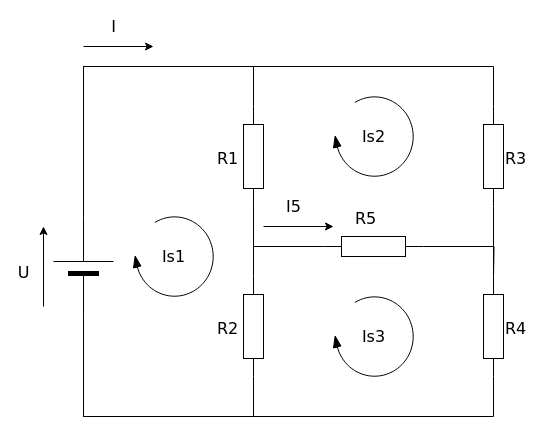
The draw.io diagram 电路图.drawio in i990099/drawio-storage, before the edit. Source tidied: cells renumbered, new cells numbered last; positions are measured from the earlier drawing's top-left corner, leaving out a move shared by most shapes. Both pictures are drawn from the tidied source at 100%, with x=0, y=0 at pixel (33, 46).
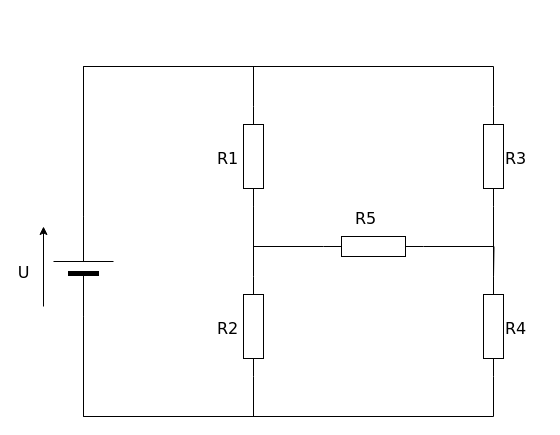
After the change.

What changed in the source:
```diff
@@
+    <mxCell id="27" parent="0" />
@@
-    <mxCell id="21" value="I" style="endArrow=classic;html=1;labelBackgroundColor=none;strokeWidth=1;fontFamily=Verdana;fontSize=16;" parent="1" edge="1">
-      <mxGeometry x="-0.14" y="20" relative="1" as="geometry">
-        <mxPoint x="50" as="sourcePoint" />
-        <mxPoint x="120" as="targetPoint" />
-      </mxGeometry>
-    </mxCell>
@@
-    <mxCell id="23" value="I5" style="endArrow=classic;html=1;labelBackgroundColor=none;strokeWidth=1;fontFamily=Verdana;fontSize=16;" parent="1" edge="1">
-      <mxGeometry x="-0.14" y="20" relative="1" as="geometry">
-        <mxPoint x="230" y="180" as="sourcePoint" />
-        <mxPoint x="300" y="180" as="targetPoint" />
-      </mxGeometry>
-    </mxCell>
-    <mxCell id="24" value="Is1" style="verticalLabelPosition=middle;html=1;verticalAlign=middle;strokeWidth=1;shape=mxgraph.lean_mapping.physical_pull;rounded=1;shadow=0;comic=0;labelBackgroundColor=none;fillColor=#000000;fontFamily=Verdana;fontSize=16;align=center;flipH=1;labelPosition=center;" parent="1" vertex="1">
-      <mxGeometry x="100" y="170" width="80" height="80" as="geometry" />
-    </mxCell>
-    <mxCell id="25" value="Is2" style="verticalLabelPosition=middle;html=1;verticalAlign=middle;strokeWidth=1;shape=mxgraph.lean_mapping.physical_pull;rounded=1;shadow=0;comic=0;labelBackgroundColor=none;fillColor=#000000;fontFamily=Verdana;fontSize=16;align=center;flipH=1;labelPosition=center;" parent="1" vertex="1">
-      <mxGeometry x="300" y="50" width="80" height="80" as="geometry" />
-    </mxCell>
-    <mxCell id="26" value="Is3" style="verticalLabelPosition=middle;html=1;verticalAlign=middle;strokeWidth=1;shape=mxgraph.lean_mapping.physical_pull;rounded=1;shadow=0;comic=0;labelBackgroundColor=none;fillColor=#000000;fontFamily=Verdana;fontSize=16;align=center;flipH=1;labelPosition=center;" parent="1" vertex="1">
-      <mxGeometry x="300" y="250" width="80" height="80" as="geometry" />
-    </mxCell>
```
